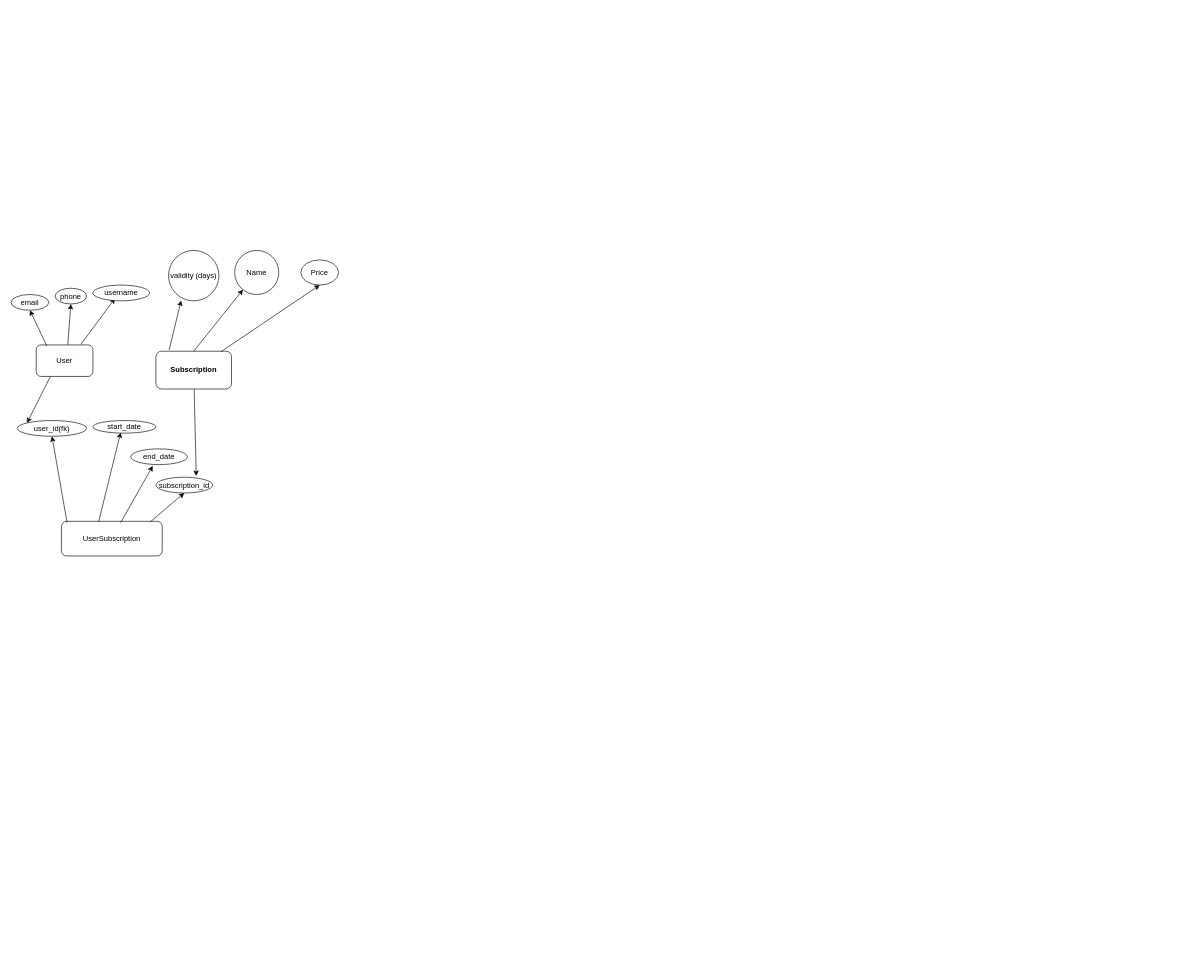
The draw.io diagram siksha/siksha.drawio in abhishek2432001/siksha, before the edit. Source tidied: cells renumbered, new cells numbered last; positions are measured from the earlier drawing's top-left corner, leaving out a move shared by most shapes. Both pictures are drawn from the tidied source at 63%, with x=0, y=0 at pixel (11, 250).
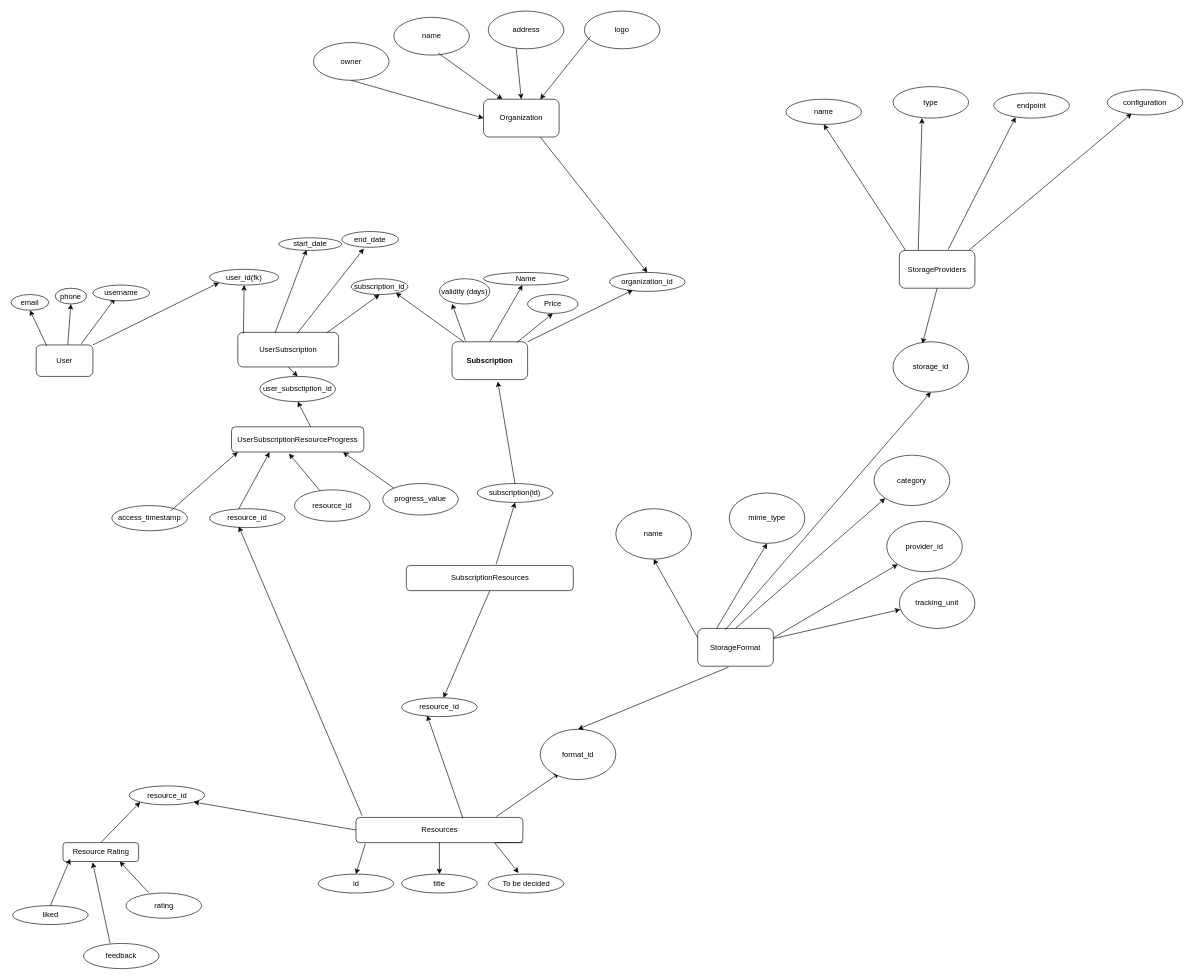
Above is the later version.

The change refers to these unchanged cells:
```xml
<mxCell id="2" value="User" style="rounded=1;whiteSpace=wrap;html=1;" parent="1" vertex="1">
  <mxGeometry x="40" y="150" width="90" height="50" as="geometry" />
</mxCell>
```

What changed in the source:
```diff
@@
     <mxCell id="3" value="&lt;b&gt;Subscription&lt;/b&gt;" style="rounded=1;whiteSpace=wrap;html=1;" parent="1" vertex="1">
-      <mxGeometry x="230" y="160" width="120" height="60" as="geometry" />
+      <mxGeometry x="700" y="145" width="120" height="60" as="geometry" />
     </mxCell>
     <mxCell id="4" value="validity (days)" style="ellipse;whiteSpace=wrap;html=1;" parent="1" vertex="1">
-      <mxGeometry x="250" width="80" height="80" as="geometry" />
+      <mxGeometry x="680" y="45" width="80" height="40" as="geometry" />
     </mxCell>
@@
     <mxCell id="6" value="Name" style="ellipse;whiteSpace=wrap;html=1;" parent="1" vertex="1">
-      <mxGeometry x="355" width="70" height="70" as="geometry" />
+      <mxGeometry x="750" y="35" width="135" height="20" as="geometry" />
     </mxCell>
     <mxCell id="7" value="Price" style="ellipse;whiteSpace=wrap;html=1;" parent="1" vertex="1">
-      <mxGeometry x="460" y="15" width="60" height="40" as="geometry" />
+      <mxGeometry x="820" y="70" width="80" height="30" as="geometry" />
     </mxCell>
@@
     <mxCell id="15" value="UserSubscription" style="rounded=1;whiteSpace=wrap;html=1;" parent="1" vertex="1">
-      <mxGeometry x="80" y="430" width="160" height="55" as="geometry" />
+      <mxGeometry x="360" y="130" width="160" height="55" as="geometry" />
     </mxCell>
@@
     <mxCell id="18" value="user_id(fk)" style="ellipse;whiteSpace=wrap;html=1;" parent="1" vertex="1">
-      <mxGeometry x="10" y="270" width="110" height="25" as="geometry" />
+      <mxGeometry x="315" y="30" width="110" height="25" as="geometry" />
     </mxCell>
     <mxCell id="19" value="start_date" style="ellipse;whiteSpace=wrap;html=1;" parent="1" vertex="1">
-      <mxGeometry x="130" y="270" width="100" height="20" as="geometry" />
+      <mxGeometry x="425" y="-20" width="100" height="20" as="geometry" />
     </mxCell>
     <mxCell id="20" value="end_date" style="ellipse;whiteSpace=wrap;html=1;" parent="1" vertex="1">
-      <mxGeometry x="190" y="315" width="90" height="25" as="geometry" />
+      <mxGeometry x="525" y="-30" width="90" height="25" as="geometry" />
     </mxCell>
-    <mxCell id="21" style="endArrow=classic;html=1;rounded=0;exitX=0.25;exitY=1;exitDx=0;exitDy=0;entryX=0;entryY=0;entryDx=0;entryDy=0;" parent="1" edge="1" source="2" target="18">
+    <mxCell id="21" style="endArrow=classic;html=1;rounded=0;exitX=1;exitY=0;exitDx=0;exitDy=0;entryX=0;entryY=1;entryDx=0;entryDy=0;" parent="1" edge="1" source="2" target="18">
       <mxGeometry relative="1" as="geometry" />
     </mxCell>
-    <mxCell id="22" style="endArrow=classic;html=1;rounded=0;entryX=0.711;entryY=-0.08;entryDx=0;entryDy=0;entryPerimeter=0;" parent="1" edge="1" source="3" target="23">
+    <mxCell id="22" style="endArrow=classic;html=1;rounded=0;entryX=0.787;entryY=0.9;entryDx=0;entryDy=0;entryPerimeter=0;" parent="1" edge="1" source="3" target="23">
       <mxGeometry relative="1" as="geometry" />
     </mxCell>
     <mxCell id="23" value="subscription_id" style="ellipse;whiteSpace=wrap;html=1;" parent="1" vertex="1">
-      <mxGeometry x="230" y="360" width="90" height="25" as="geometry" />
+      <mxGeometry x="540" y="45" width="90" height="25" as="geometry" />
     </mxCell>
@@
+    <mxCell id="27" value="Resources" style="rounded=1;whiteSpace=wrap;html=1;" parent="1" vertex="1">
+      <mxGeometry x="547.5" y="900" width="265" height="40" as="geometry" />
+    </mxCell>
+    <mxCell id="28" value="id" style="ellipse;whiteSpace=wrap;html=1;" parent="1" vertex="1">
+      <mxGeometry x="487.5" y="990" width="120" height="30" as="geometry" />
+    </mxCell>
+    <mxCell id="29" value="title" style="ellipse;whiteSpace=wrap;html=1;" parent="1" vertex="1">
+      <mxGeometry x="620" y="990" width="120" height="30" as="geometry" />
+    </mxCell>
+    <mxCell id="30" value="To be decided" style="ellipse;whiteSpace=wrap;html=1;" parent="1" vertex="1">
+      <mxGeometry x="757.5" y="990" width="120" height="30" as="geometry" />
+    </mxCell>
+    <mxCell id="31" style="endArrow=classic;html=1;rounded=0;entryX=0.5;entryY=0;entryDx=0;entryDy=0;exitX=0.056;exitY=1.036;exitDx=0;exitDy=0;exitPerimeter=0;" parent="1" edge="1" source="27" target="28">
+      <mxGeometry relative="1" as="geometry" />
+    </mxCell>
+    <mxCell id="32" style="endArrow=classic;html=1;rounded=0;exitX=0.5;exitY=1;exitDx=0;exitDy=0;" parent="1" edge="1" source="27" target="29">
+      <mxGeometry relative="1" as="geometry" />
+    </mxCell>
+    <mxCell id="33" style="endArrow=classic;html=1;rounded=0;entryX=0.401;entryY=-0.063;entryDx=0;entryDy=0;entryPerimeter=0;exitX=1;exitY=1;exitDx=0;exitDy=0;" parent="1" edge="1" source="27" target="30">
+      <mxGeometry relative="1" as="geometry">
+        <Array as="points">
+          <mxPoint x="767.5" y="940" />
+        </Array>
+      </mxGeometry>
+    </mxCell>
+    <mxCell id="34" value="SubscriptionResources" style="rounded=1;whiteSpace=wrap;html=1;" parent="1" vertex="1">
+      <mxGeometry x="627.5" y="500" width="265" height="40" as="geometry" />
+    </mxCell>
+    <mxCell id="35" value="resource_id" style="ellipse;whiteSpace=wrap;html=1;" parent="1" vertex="1">
+      <mxGeometry x="620" y="710" width="120" height="30" as="geometry" />
+    </mxCell>
+    <mxCell id="36" value="subscription(id)" style="ellipse;whiteSpace=wrap;html=1;" parent="1" vertex="1">
+      <mxGeometry x="740" y="370" width="120" height="30" as="geometry" />
+    </mxCell>
+    <mxCell id="37" style="endArrow=classic;html=1;rounded=0;exitX=0.5;exitY=1;exitDx=0;exitDy=0;" parent="1" edge="1" source="34" target="35">
+      <mxGeometry relative="1" as="geometry" />
+    </mxCell>
+    <mxCell id="38" style="endArrow=classic;html=1;rounded=0;exitX=0.538;exitY=-0.047;exitDx=0;exitDy=0;exitPerimeter=0;entryX=0.5;entryY=1;entryDx=0;entryDy=0;" parent="1" edge="1" source="34" target="36">
+      <mxGeometry relative="1" as="geometry" />
+    </mxCell>
+    <mxCell id="39" style="endArrow=classic;html=1;rounded=0;entryX=0.338;entryY=0.937;entryDx=0;entryDy=0;entryPerimeter=0;exitX=0.641;exitY=0.036;exitDx=0;exitDy=0;exitPerimeter=0;" parent="1" edge="1" source="27" target="35">
+      <mxGeometry relative="1" as="geometry" />
+    </mxCell>
+    <mxCell id="40" style="endArrow=classic;html=1;rounded=0;exitX=0.5;exitY=0;exitDx=0;exitDy=0;entryX=0.605;entryY=1.052;entryDx=0;entryDy=0;entryPerimeter=0;" parent="1" edge="1" source="36" target="3">
+      <mxGeometry relative="1" as="geometry" />
+    </mxCell>
+    <mxCell id="41" value="UserSubscriptionResourceProgress" style="rounded=1;whiteSpace=wrap;html=1;" parent="1" vertex="1">
+      <mxGeometry x="350" y="280" width="210" height="40" as="geometry" />
+    </mxCell>
+    <mxCell id="42" value="resource_id" style="ellipse;whiteSpace=wrap;html=1;" parent="1" vertex="1">
+      <mxGeometry x="315" y="410" width="120" height="30" as="geometry" />
+    </mxCell>
+    <mxCell id="43" value="resource_id" style="ellipse;whiteSpace=wrap;html=1;" parent="1" vertex="1">
+      <mxGeometry x="450" y="380" width="120" height="50" as="geometry" />
+    </mxCell>
+    <mxCell id="44" value="progress_value" style="ellipse;whiteSpace=wrap;html=1;" parent="1" vertex="1">
+      <mxGeometry x="590" y="370" width="120" height="50" as="geometry" />
+    </mxCell>
+    <mxCell id="45" style="endArrow=classic;html=1;rounded=0;exitX=0.037;exitY=-0.075;exitDx=0;exitDy=0;exitPerimeter=0;entryX=0.387;entryY=0.94;entryDx=0;entryDy=0;entryPerimeter=0;" parent="1" edge="1" source="27" target="42">
+      <mxGeometry relative="1" as="geometry" />
+    </mxCell>
+    <mxCell id="46" style="endArrow=classic;html=1;rounded=0;exitX=0.387;exitY=0.011;exitDx=0;exitDy=0;exitPerimeter=0;entryX=0.287;entryY=1.008;entryDx=0;entryDy=0;entryPerimeter=0;" parent="1" edge="1" source="42" target="41">
+      <mxGeometry relative="1" as="geometry" />
+    </mxCell>
+    <mxCell id="47" style="endArrow=classic;html=1;rounded=0;entryX=0.435;entryY=1.064;entryDx=0;entryDy=0;entryPerimeter=0;" parent="1" edge="1" source="43" target="41">
+      <mxGeometry relative="1" as="geometry" />
+    </mxCell>
+    <mxCell id="48" style="endArrow=classic;html=1;rounded=0;entryX=0.843;entryY=1.008;entryDx=0;entryDy=0;entryPerimeter=0;exitX=0;exitY=0;exitDx=0;exitDy=0;" parent="1" edge="1" source="44" target="41">
+      <mxGeometry relative="1" as="geometry" />
+    </mxCell>
+    <mxCell id="49" value="user_subsctiption_id" style="ellipse;whiteSpace=wrap;html=1;" parent="1" vertex="1">
+      <mxGeometry x="395" y="200" width="120" height="40" as="geometry" />
+    </mxCell>
+    <mxCell id="50" style="endArrow=classic;html=1;rounded=0;exitX=0.599;exitY=0.008;exitDx=0;exitDy=0;exitPerimeter=0;entryX=0.5;entryY=1;entryDx=0;entryDy=0;" parent="1" edge="1" source="41" target="49">
+      <mxGeometry relative="1" as="geometry" />
+    </mxCell>
+    <mxCell id="51" style="endArrow=classic;html=1;rounded=0;entryX=0.5;entryY=0;entryDx=0;entryDy=0;exitX=0.5;exitY=1;exitDx=0;exitDy=0;" parent="1" edge="1" source="15" target="49">
+      <mxGeometry relative="1" as="geometry" />
+    </mxCell>
+    <mxCell id="52" value="access_timestamp" style="ellipse;whiteSpace=wrap;html=1;" parent="1" vertex="1">
+      <mxGeometry x="160" y="405" width="120" height="40" as="geometry" />
+    </mxCell>
+    <mxCell id="53" style="endArrow=classic;html=1;rounded=0;exitX=0.781;exitY=0.203;exitDx=0;exitDy=0;exitPerimeter=0;" parent="1" edge="1" source="52">
+      <mxGeometry relative="1" as="geometry">
+        <mxPoint x="360" y="320" as="targetPoint" />
+      </mxGeometry>
+    </mxCell>
+    <mxCell id="54" value="Resource Rating" style="rounded=1;whiteSpace=wrap;html=1;" parent="1" vertex="1">
+      <mxGeometry x="82.5" y="940" width="120" height="30" as="geometry" />
+    </mxCell>
+    <mxCell id="55" value="resource_id" style="ellipse;whiteSpace=wrap;html=1;" parent="1" vertex="1">
+      <mxGeometry x="187.5" y="850" width="120" height="30" as="geometry" />
+    </mxCell>
+    <mxCell id="56" style="endArrow=classic;html=1;rounded=0;exitX=0;exitY=0.5;exitDx=0;exitDy=0;entryX=1;entryY=1;entryDx=0;entryDy=0;" parent="1" edge="1" source="27" target="55">
+      <mxGeometry relative="1" as="geometry" />
+    </mxCell>
+    <mxCell id="57" style="endArrow=classic;html=1;rounded=0;entryX=0;entryY=1;entryDx=0;entryDy=0;" parent="1" edge="1" target="55">
+      <mxGeometry relative="1" as="geometry">
+        <mxPoint x="142.5" y="940" as="sourcePoint" />
+      </mxGeometry>
+    </mxCell>
+    <mxCell id="58" value="liked" style="ellipse;whiteSpace=wrap;html=1;" parent="1" vertex="1">
+      <mxGeometry x="2.5" y="1040" width="120" height="30" as="geometry" />
+    </mxCell>
+    <mxCell id="59" value="feedback" style="ellipse;whiteSpace=wrap;html=1;" parent="1" vertex="1">
+      <mxGeometry x="115" y="1100" width="120" height="40" as="geometry" />
+    </mxCell>
+    <mxCell id="60" value="rating" style="ellipse;whiteSpace=wrap;html=1;" parent="1" vertex="1">
+      <mxGeometry x="182.5" y="1020" width="120" height="40" as="geometry" />
+    </mxCell>
+    <mxCell id="61" style="endArrow=classic;html=1;rounded=0;exitX=0.299;exitY=-0.019;exitDx=0;exitDy=0;entryX=0.75;entryY=1;entryDx=0;entryDy=0;exitPerimeter=0;" parent="1" edge="1" source="60" target="54">
+      <mxGeometry relative="1" as="geometry" />
+    </mxCell>
+    <mxCell id="62" style="endArrow=classic;html=1;rounded=0;exitX=0.5;exitY=0;exitDx=0;exitDy=0;entryX=0.095;entryY=0.863;entryDx=0;entryDy=0;entryPerimeter=0;" parent="1" edge="1" source="58" target="54">
+      <mxGeometry relative="1" as="geometry" />
+    </mxCell>
+    <mxCell id="63" style="endArrow=classic;html=1;rounded=0;entryX=0.392;entryY=1.048;entryDx=0;entryDy=0;entryPerimeter=0;exitX=0.353;exitY=0;exitDx=0;exitDy=0;exitPerimeter=0;" parent="1" edge="1" source="59" target="54">
+      <mxGeometry relative="1" as="geometry" />
+    </mxCell>
+    <mxCell id="64" value="StorageProviders" style="rounded=1;whiteSpace=wrap;html=1;" parent="1" vertex="1">
+      <mxGeometry x="1410" width="120" height="60" as="geometry" />
+    </mxCell>
+    <mxCell id="65" value="name" style="ellipse;whiteSpace=wrap;html=1;" parent="1" vertex="1">
+      <mxGeometry x="1230" y="-240" width="120" height="40" as="geometry" />
+    </mxCell>
+    <mxCell id="66" value="type" style="ellipse;whiteSpace=wrap;html=1;" parent="1" vertex="1">
+      <mxGeometry x="1400" y="-260" width="120" height="50" as="geometry" />
+    </mxCell>
+    <mxCell id="67" value="endpoint" style="ellipse;whiteSpace=wrap;html=1;" parent="1" vertex="1">
+      <mxGeometry x="1560" y="-250" width="120" height="40" as="geometry" />
+    </mxCell>
+    <mxCell id="68" value="configuration" style="ellipse;whiteSpace=wrap;html=1;" parent="1" vertex="1">
+      <mxGeometry x="1740" y="-255" width="120" height="40" as="geometry" />
+    </mxCell>
+    <mxCell id="69" style="endArrow=classic;html=1;rounded=0;entryX=0.5;entryY=1;entryDx=0;entryDy=0;" parent="1" edge="1" target="65">
+      <mxGeometry relative="1" as="geometry">
+        <mxPoint x="1420" as="sourcePoint" />
+      </mxGeometry>
+    </mxCell>
+    <mxCell id="70" style="endArrow=classic;html=1;rounded=0;exitX=0.25;exitY=0;exitDx=0;exitDy=0;" parent="1" edge="1" source="64">
+      <mxGeometry relative="1" as="geometry">
+        <mxPoint x="1446" y="-210" as="targetPoint" />
+      </mxGeometry>
+    </mxCell>
+    <mxCell id="71" style="endArrow=classic;html=1;rounded=0;exitX=0.645;exitY=-0.024;exitDx=0;exitDy=0;exitPerimeter=0;entryX=0.288;entryY=0.964;entryDx=0;entryDy=0;entryPerimeter=0;" parent="1" edge="1" source="64" target="67">
+      <mxGeometry relative="1" as="geometry" />
+    </mxCell>
+    <mxCell id="72" style="endArrow=classic;html=1;rounded=0;entryX=0.324;entryY=0.946;entryDx=0;entryDy=0;entryPerimeter=0;exitX=0.895;exitY=1.048;exitDx=0;exitDy=0;exitPerimeter=0;" parent="1" edge="1" target="68">
+      <mxGeometry relative="1" as="geometry">
+        <mxPoint x="1520" as="sourcePoint" />
+      </mxGeometry>
+    </mxCell>
+    <mxCell id="73" value="StorageFormat" style="rounded=1;whiteSpace=wrap;html=1;" parent="1" vertex="1">
+      <mxGeometry x="1090" y="600" width="120" height="60" as="geometry" />
+    </mxCell>
+    <mxCell id="74" value="name" style="ellipse;whiteSpace=wrap;html=1;" parent="1" vertex="1">
+      <mxGeometry x="960" y="410" width="120" height="80" as="geometry" />
+    </mxCell>
+    <mxCell id="75" value="mime_type" style="ellipse;whiteSpace=wrap;html=1;" parent="1" vertex="1">
+      <mxGeometry x="1140" y="385" width="120" height="80" as="geometry" />
+    </mxCell>
+    <mxCell id="76" value="category" style="ellipse;whiteSpace=wrap;html=1;" parent="1" vertex="1">
+      <mxGeometry x="1370" y="325" width="120" height="80" as="geometry" />
+    </mxCell>
+    <mxCell id="77" value="provider_id" style="ellipse;whiteSpace=wrap;html=1;" parent="1" vertex="1">
+      <mxGeometry x="1390" y="430" width="120" height="80" as="geometry" />
+    </mxCell>
+    <mxCell id="78" value="tracking_unit" style="ellipse;whiteSpace=wrap;html=1;" parent="1" vertex="1">
+      <mxGeometry x="1410" y="520" width="120" height="80" as="geometry" />
+    </mxCell>
+    <mxCell id="79" style="endArrow=classic;html=1;rounded=0;exitX=0;exitY=0.25;exitDx=0;exitDy=0;entryX=0.5;entryY=1;entryDx=0;entryDy=0;" parent="1" edge="1" source="73" target="74">
+      <mxGeometry relative="1" as="geometry" />
+    </mxCell>
+    <mxCell id="80" style="endArrow=classic;html=1;rounded=0;entryX=0.5;entryY=1;entryDx=0;entryDy=0;exitX=0.25;exitY=0;exitDx=0;exitDy=0;" parent="1" edge="1" source="73" target="75">
+      <mxGeometry relative="1" as="geometry" />
+    </mxCell>
+    <mxCell id="81" style="endArrow=classic;html=1;rounded=0;entryX=0;entryY=1;entryDx=0;entryDy=0;exitX=0.5;exitY=0;exitDx=0;exitDy=0;" parent="1" edge="1" source="73" target="76">
+      <mxGeometry relative="1" as="geometry" />
+    </mxCell>
+    <mxCell id="82" style="endArrow=classic;html=1;rounded=0;exitX=1;exitY=0.25;exitDx=0;exitDy=0;entryX=0;entryY=1;entryDx=0;entryDy=0;" parent="1" edge="1" source="73" target="77">
+      <mxGeometry relative="1" as="geometry" />
+    </mxCell>
+    <mxCell id="83" style="endArrow=classic;html=1;rounded=0;entryX=0.014;entryY=0.625;entryDx=0;entryDy=0;entryPerimeter=0;" parent="1" edge="1" source="73" target="78">
+      <mxGeometry relative="1" as="geometry" />
+    </mxCell>
+    <mxCell id="84" style="endArrow=classic;html=1;rounded=0;exitX=0.841;exitY=-0.036;exitDx=0;exitDy=0;exitPerimeter=0;" parent="1" edge="1" source="27">
+      <mxGeometry relative="1" as="geometry">
+        <mxPoint x="870" y="830" as="targetPoint" />
+      </mxGeometry>
+    </mxCell>
+    <mxCell id="85" value="format_id" style="ellipse;whiteSpace=wrap;html=1;" parent="1" vertex="1">
+      <mxGeometry x="840" y="760" width="120" height="80" as="geometry" />
+    </mxCell>
+    <mxCell id="86" style="endArrow=classic;html=1;rounded=0;entryX=0.5;entryY=0;entryDx=0;entryDy=0;exitX=0.407;exitY=1.024;exitDx=0;exitDy=0;exitPerimeter=0;" parent="1" edge="1" source="73" target="85">
+      <mxGeometry relative="1" as="geometry" />
+    </mxCell>
+    <mxCell id="87" value="storage_id" style="ellipse;whiteSpace=wrap;html=1;" parent="1" vertex="1">
+      <mxGeometry x="1400" y="145" width="120" height="80" as="geometry" />
+    </mxCell>
+    <mxCell id="88" style="endArrow=classic;html=1;rounded=0;exitX=0.365;exitY=0.036;exitDx=0;exitDy=0;exitPerimeter=0;entryX=0.5;entryY=1;entryDx=0;entryDy=0;" parent="1" edge="1" source="73" target="87">
+      <mxGeometry relative="1" as="geometry" />
+    </mxCell>
+    <mxCell id="89" style="endArrow=classic;html=1;rounded=0;entryX=0.389;entryY=0.036;entryDx=0;entryDy=0;entryPerimeter=0;exitX=0.5;exitY=1;exitDx=0;exitDy=0;" parent="1" edge="1" source="64" target="87">
+      <mxGeometry relative="1" as="geometry" />
+    </mxCell>
+    <mxCell id="90" value="address" style="ellipse;whiteSpace=wrap;html=1;" parent="1" vertex="1">
+      <mxGeometry x="757.5" y="-380" width="120" height="60" as="geometry" />
+    </mxCell>
+    <mxCell id="91" value="owner" style="ellipse;whiteSpace=wrap;html=1;" parent="1" vertex="1">
+      <mxGeometry x="480" y="-330" width="120" height="60" as="geometry" />
+    </mxCell>
+    <mxCell id="92" value="name" style="ellipse;whiteSpace=wrap;html=1;" parent="1" vertex="1">
+      <mxGeometry x="607.5" y="-370" width="120" height="60" as="geometry" />
+    </mxCell>
+    <mxCell id="93" value="logo" style="ellipse;whiteSpace=wrap;html=1;" parent="1" vertex="1">
+      <mxGeometry x="910" y="-380" width="120" height="60" as="geometry" />
+    </mxCell>
+    <mxCell id="94" value="Organization" style="rounded=1;whiteSpace=wrap;html=1;" parent="1" vertex="1">
+      <mxGeometry x="750" y="-240" width="120" height="60" as="geometry" />
+    </mxCell>
+    <mxCell id="95" style="endArrow=classic;html=1;rounded=0;entryX=0;entryY=0.5;entryDx=0;entryDy=0;exitX=0.5;exitY=1;exitDx=0;exitDy=0;" parent="1" edge="1" source="91" target="94">
+      <mxGeometry relative="1" as="geometry" />
+    </mxCell>
+    <mxCell id="96" style="endArrow=classic;html=1;rounded=0;entryX=0.25;entryY=0;entryDx=0;entryDy=0;exitX=0.587;exitY=0.944;exitDx=0;exitDy=0;exitPerimeter=0;" parent="1" edge="1" source="92" target="94">
+      <mxGeometry relative="1" as="geometry" />
+    </mxCell>
+    <mxCell id="97" style="endArrow=classic;html=1;rounded=0;entryX=0.5;entryY=0;entryDx=0;entryDy=0;exitX=0.37;exitY=0.989;exitDx=0;exitDy=0;exitPerimeter=0;" parent="1" edge="1" source="90" target="94">
+      <mxGeometry relative="1" as="geometry" />
+    </mxCell>
+    <mxCell id="98" style="endArrow=classic;html=1;rounded=0;entryX=0.75;entryY=0;entryDx=0;entryDy=0;exitX=0.083;exitY=0.667;exitDx=0;exitDy=0;exitPerimeter=0;" parent="1" edge="1" source="93" target="94">
+      <mxGeometry relative="1" as="geometry" />
+    </mxCell>
+    <mxCell id="99" value="organization_id" style="ellipse;whiteSpace=wrap;html=1;" parent="1" vertex="1">
+      <mxGeometry x="950" y="35" width="120" height="30" as="geometry" />
+    </mxCell>
+    <mxCell id="100" style="endArrow=classic;html=1;rounded=0;entryX=0.309;entryY=0.933;entryDx=0;entryDy=0;entryPerimeter=0;exitX=1;exitY=0;exitDx=0;exitDy=0;" parent="1" edge="1" source="3" target="99">
+      <mxGeometry relative="1" as="geometry" />
+    </mxCell>
+    <mxCell id="101" style="endArrow=classic;html=1;rounded=0;entryX=0.5;entryY=0;entryDx=0;entryDy=0;exitX=0.75;exitY=1;exitDx=0;exitDy=0;" parent="1" edge="1" source="94" target="99">
+      <mxGeometry relative="1" as="geometry" />
+    </mxCell>
```
